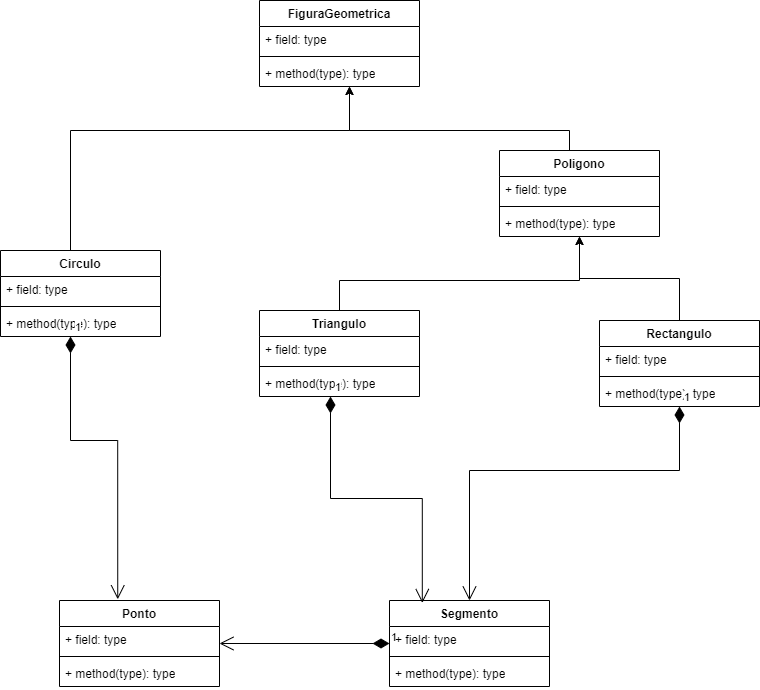
Before: lab04/I/I.drawio.png, a diagram exported from draw.io (rodrigolinhas/UALGPOO). Source tidied: cells renumbered, new cells last; positions are measured from the earlier drawing's top-left corner, leaving out a move shared by most shapes.
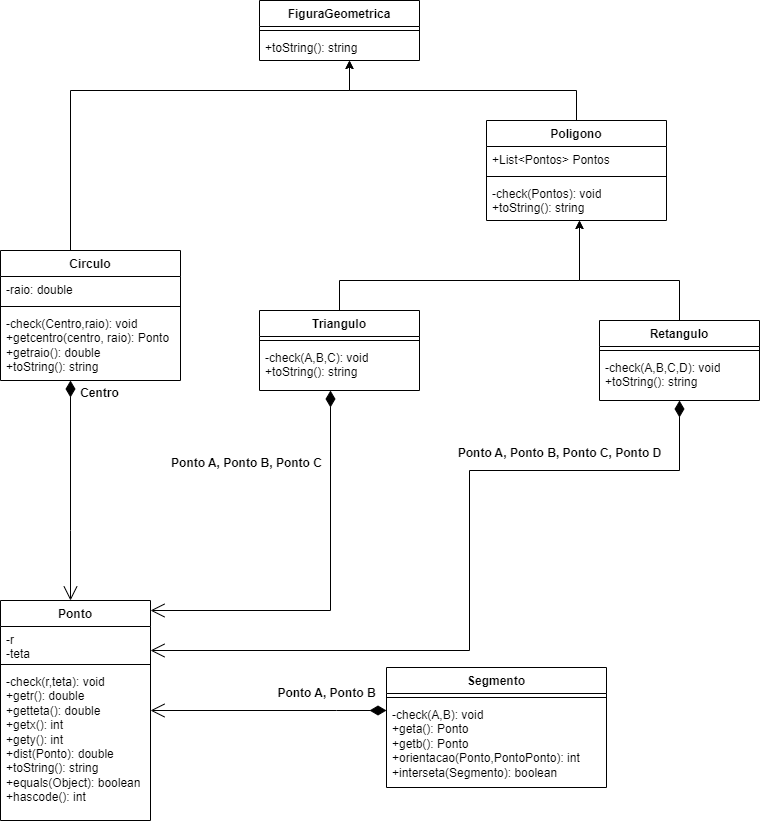
Above is the later version.

Change to the diagram source:
```diff
@@ -3,34 +3,41 @@
     <mxCell id="0" />
     <mxCell id="1" parent="0" />
     <mxCell id="2" value="Ponto" style="swimlane;fontStyle=1;align=center;verticalAlign=top;horizontal=1;startSize=26;whiteSpace=wrap;html=1;" parent="1" vertex="1">
-      <mxGeometry x="59" y="600" width="160" height="86" as="geometry" />
+      <mxGeometry y="600" width="150" height="220" as="geometry" />
     </mxCell>
-    <mxCell id="3" value="+ field: type" style="text;strokeColor=none;fillColor=none;align=left;verticalAlign=top;spacingLeft=4;spacingRight=4;overflow=hidden;whiteSpace=wrap;html=1;" parent="2" vertex="1">
-      <mxGeometry y="26" width="160" height="26" as="geometry" />
+    <mxCell id="3" value="-r&lt;div&gt;-teta&lt;/div&gt;" style="text;strokeColor=none;fillColor=none;align=left;verticalAlign=top;spacingLeft=4;spacingRight=4;overflow=hidden;whiteSpace=wrap;html=1;" parent="2" vertex="1">
+      <mxGeometry y="26" width="150" height="34" as="geometry" />
     </mxCell>
     <mxCell id="4" style="line;strokeWidth=1;fillColor=none;align=left;verticalAlign=middle;spacingTop=-1;spacingLeft=3;spacingRight=3;labelPosition=right;strokeColor=inherit;" parent="2" vertex="1">
-      <mxGeometry y="52" width="160" height="8" as="geometry" />
+      <mxGeometry y="60" width="150" height="8" as="geometry" />
     </mxCell>
-    <mxCell id="5" value="+ method(type): type" style="text;strokeColor=none;fillColor=none;align=left;verticalAlign=top;spacingLeft=4;spacingRight=4;overflow=hidden;whiteSpace=wrap;html=1;" parent="2" vertex="1">
-      <mxGeometry y="60" width="160" height="26" as="geometry" />
+    <mxCell id="5" value="-check(r,teta): void&lt;div&gt;+getr(): double&lt;/div&gt;&lt;div&gt;&lt;div&gt;+getteta(): double&lt;/div&gt;&lt;/div&gt;&lt;div&gt;&lt;div&gt;+getx(): int&lt;/div&gt;&lt;/div&gt;&lt;div&gt;&lt;div&gt;+gety(): int&lt;/div&gt;&lt;/div&gt;&lt;div&gt;&lt;div&gt;+dist(Ponto): double&lt;/div&gt;&lt;/div&gt;&lt;div&gt;+toString(): string&lt;/div&gt;&lt;div&gt;+equals(Object): boolean&lt;/div&gt;&lt;div&gt;+hascode(): int&lt;/div&gt;" style="text;strokeColor=none;fillColor=none;align=left;verticalAlign=top;spacingLeft=4;spacingRight=4;overflow=hidden;whiteSpace=wrap;html=1;" parent="2" vertex="1">
+      <mxGeometry y="68" width="150" height="152" as="geometry" />
     </mxCell>
-    <mxCell id="6" value="1" style="endArrow=open;html=1;endSize=12;startArrow=diamondThin;startSize=14;startFill=1;edgeStyle=orthogonalEdgeStyle;align=left;verticalAlign=bottom;rounded=0;" parent="1" edge="1" source="22" target="2">
-      <mxGeometry x="-1" y="3" relative="1" as="geometry" />
+    <mxCell id="6" value="&lt;div&gt;&lt;br&gt;&lt;/div&gt;" style="endArrow=open;html=1;endSize=12;startArrow=diamondThin;startSize=14;startFill=1;edgeStyle=orthogonalEdgeStyle;align=left;verticalAlign=bottom;rounded=0;" parent="1" edge="1" source="22" target="2">
+      <mxGeometry x="-0.51" y="37" relative="1" as="geometry">
+        <Array as="points">
+          <mxPoint x="336" y="710" />
+          <mxPoint x="336" y="710" />
+        </Array>
+      </mxGeometry>
     </mxCell>
     <mxCell id="7" style="edgeStyle=orthogonalEdgeStyle;rounded=0;jettySize=auto;html=1;" parent="1" edge="1" source="8" target="31">
-      <mxGeometry relative="1" as="geometry" />
+      <mxGeometry relative="1" as="geometry">
+        <Array as="points">
+          <mxPoint x="679" y="280" />
+          <mxPoint x="579" y="280" />
+        </Array>
+      </mxGeometry>
     </mxCell>
-    <mxCell id="8" value="Rectangulo" style="swimlane;fontStyle=1;align=center;verticalAlign=top;horizontal=1;startSize=26;whiteSpace=wrap;html=1;" parent="1" vertex="1">
-      <mxGeometry x="599" y="320" width="160" height="86" as="geometry" />
+    <mxCell id="8" value="Retangulo" style="swimlane;fontStyle=1;align=center;verticalAlign=top;horizontal=1;startSize=26;whiteSpace=wrap;html=1;" parent="1" vertex="1">
+      <mxGeometry x="599" y="320" width="160" height="80" as="geometry" />
     </mxCell>
-    <mxCell id="9" value="+ field: type" style="text;strokeColor=none;fillColor=none;align=left;verticalAlign=top;spacingLeft=4;spacingRight=4;overflow=hidden;whiteSpace=wrap;html=1;" parent="8" vertex="1">
-      <mxGeometry y="26" width="160" height="26" as="geometry" />
-    </mxCell>
     <mxCell id="10" style="line;strokeWidth=1;fillColor=none;align=left;verticalAlign=middle;spacingTop=-1;spacingLeft=3;spacingRight=3;labelPosition=right;strokeColor=inherit;" parent="8" vertex="1">
-      <mxGeometry y="52" width="160" height="8" as="geometry" />
+      <mxGeometry y="26" width="160" height="8" as="geometry" />
     </mxCell>
-    <mxCell id="11" value="+ method(type): type" style="text;strokeColor=none;fillColor=none;align=left;verticalAlign=top;spacingLeft=4;spacingRight=4;overflow=hidden;whiteSpace=wrap;html=1;" parent="8" vertex="1">
-      <mxGeometry y="60" width="160" height="26" as="geometry" />
+    <mxCell id="11" value="-check(A,B,C,D): void&lt;div&gt;+toString(): string&lt;/div&gt;" style="text;strokeColor=none;fillColor=none;align=left;verticalAlign=top;spacingLeft=4;spacingRight=4;overflow=hidden;whiteSpace=wrap;html=1;" parent="8" vertex="1">
+      <mxGeometry y="34" width="160" height="46" as="geometry" />
     </mxCell>
     <mxCell id="12" style="edgeStyle=orthogonalEdgeStyle;rounded=0;jettySize=auto;html=1;" parent="1" edge="1" source="13" target="31">
       <mxGeometry relative="1" as="geometry">
@@ -41,105 +48,107 @@
       </mxGeometry>
     </mxCell>
     <mxCell id="13" value="Triangulo" style="swimlane;fontStyle=1;align=center;verticalAlign=top;horizontal=1;startSize=26;whiteSpace=wrap;html=1;" parent="1" vertex="1">
-      <mxGeometry x="259" y="310" width="160" height="86" as="geometry" />
+      <mxGeometry x="259" y="310" width="160" height="80" as="geometry" />
     </mxCell>
-    <mxCell id="14" value="+ field: type" style="text;strokeColor=none;fillColor=none;align=left;verticalAlign=top;spacingLeft=4;spacingRight=4;overflow=hidden;whiteSpace=wrap;html=1;" parent="13" vertex="1">
-      <mxGeometry y="26" width="160" height="26" as="geometry" />
-    </mxCell>
     <mxCell id="15" style="line;strokeWidth=1;fillColor=none;align=left;verticalAlign=middle;spacingTop=-1;spacingLeft=3;spacingRight=3;labelPosition=right;strokeColor=inherit;" parent="13" vertex="1">
-      <mxGeometry y="52" width="160" height="8" as="geometry" />
+      <mxGeometry y="26" width="160" height="8" as="geometry" />
     </mxCell>
-    <mxCell id="16" value="+ method(type): type" style="text;strokeColor=none;fillColor=none;align=left;verticalAlign=top;spacingLeft=4;spacingRight=4;overflow=hidden;whiteSpace=wrap;html=1;" parent="13" vertex="1">
-      <mxGeometry y="60" width="160" height="26" as="geometry" />
+    <mxCell id="16" value="-check(A,B,C): void&lt;div&gt;+toString(): string&lt;/div&gt;" style="text;strokeColor=none;fillColor=none;align=left;verticalAlign=top;spacingLeft=4;spacingRight=4;overflow=hidden;whiteSpace=wrap;html=1;" parent="13" vertex="1">
+      <mxGeometry y="34" width="160" height="46" as="geometry" />
     </mxCell>
     <mxCell id="17" style="edgeStyle=orthogonalEdgeStyle;rounded=0;jettySize=auto;html=1;" parent="1" edge="1" source="18" target="26">
       <mxGeometry relative="1" as="geometry">
         <Array as="points">
-          <mxPoint x="70" y="130" />
-          <mxPoint x="349" y="130" />
+          <mxPoint x="70" y="90" />
+          <mxPoint x="349" y="90" />
         </Array>
       </mxGeometry>
     </mxCell>
     <mxCell id="18" value="Circulo" style="swimlane;fontStyle=1;align=center;verticalAlign=top;horizontal=1;startSize=26;whiteSpace=wrap;html=1;" parent="1" vertex="1">
-      <mxGeometry y="250" width="160" height="86" as="geometry" />
+      <mxGeometry y="250" width="180" height="130" as="geometry" />
     </mxCell>
-    <mxCell id="19" value="+ field: type" style="text;strokeColor=none;fillColor=none;align=left;verticalAlign=top;spacingLeft=4;spacingRight=4;overflow=hidden;whiteSpace=wrap;html=1;" parent="18" vertex="1">
-      <mxGeometry y="26" width="160" height="26" as="geometry" />
+    <mxCell id="19" value="-raio: double" style="text;strokeColor=none;fillColor=none;align=left;verticalAlign=top;spacingLeft=4;spacingRight=4;overflow=hidden;whiteSpace=wrap;html=1;" parent="18" vertex="1">
+      <mxGeometry y="26" width="180" height="26" as="geometry" />
     </mxCell>
     <mxCell id="20" style="line;strokeWidth=1;fillColor=none;align=left;verticalAlign=middle;spacingTop=-1;spacingLeft=3;spacingRight=3;labelPosition=right;strokeColor=inherit;" parent="18" vertex="1">
-      <mxGeometry y="52" width="160" height="8" as="geometry" />
+      <mxGeometry y="52" width="180" height="8" as="geometry" />
     </mxCell>
-    <mxCell id="21" value="+ method(type): type" style="text;strokeColor=none;fillColor=none;align=left;verticalAlign=top;spacingLeft=4;spacingRight=4;overflow=hidden;whiteSpace=wrap;html=1;" parent="18" vertex="1">
-      <mxGeometry y="60" width="160" height="26" as="geometry" />
+    <mxCell id="21" value="&lt;div&gt;-check(Centro,raio): void&lt;/div&gt;+getcentro(centro, raio): Ponto&lt;div&gt;+getraio(): double&lt;/div&gt;&lt;div&gt;+toString(): string&lt;/div&gt;" style="text;strokeColor=none;fillColor=none;align=left;verticalAlign=top;spacingLeft=4;spacingRight=4;overflow=hidden;whiteSpace=wrap;html=1;" parent="18" vertex="1">
+      <mxGeometry y="60" width="180" height="70" as="geometry" />
     </mxCell>
     <mxCell id="22" value="Segmento" style="swimlane;fontStyle=1;align=center;verticalAlign=top;horizontal=1;startSize=26;whiteSpace=wrap;html=1;" parent="1" vertex="1">
-      <mxGeometry x="389" y="600" width="160" height="86" as="geometry" />
+      <mxGeometry x="386" y="667" width="220" height="120" as="geometry" />
     </mxCell>
-    <mxCell id="23" value="+ field: type" style="text;strokeColor=none;fillColor=none;align=left;verticalAlign=top;spacingLeft=4;spacingRight=4;overflow=hidden;whiteSpace=wrap;html=1;" parent="22" vertex="1">
-      <mxGeometry y="26" width="160" height="26" as="geometry" />
-    </mxCell>
     <mxCell id="24" style="line;strokeWidth=1;fillColor=none;align=left;verticalAlign=middle;spacingTop=-1;spacingLeft=3;spacingRight=3;labelPosition=right;strokeColor=inherit;" parent="22" vertex="1">
-      <mxGeometry y="52" width="160" height="8" as="geometry" />
+      <mxGeometry y="26" width="220" height="8" as="geometry" />
     </mxCell>
-    <mxCell id="25" value="+ method(type): type" style="text;strokeColor=none;fillColor=none;align=left;verticalAlign=top;spacingLeft=4;spacingRight=4;overflow=hidden;whiteSpace=wrap;html=1;" parent="22" vertex="1">
-      <mxGeometry y="60" width="160" height="26" as="geometry" />
+    <mxCell id="25" value="&lt;div&gt;-check(A,B): void&lt;/div&gt;+geta(): Ponto&lt;div&gt;+getb(): Ponto&lt;/div&gt;&lt;div&gt;+orientacao(Ponto,PontoPonto): int&lt;/div&gt;&lt;div&gt;+interseta(Segmento): boolean&lt;/div&gt;" style="text;strokeColor=none;fillColor=none;align=left;verticalAlign=top;spacingLeft=4;spacingRight=4;overflow=hidden;whiteSpace=wrap;html=1;" parent="22" vertex="1">
+      <mxGeometry y="34" width="220" height="86" as="geometry" />
     </mxCell>
     <mxCell id="26" value="FiguraGeometrica" style="swimlane;fontStyle=1;align=center;verticalAlign=top;horizontal=1;startSize=26;whiteSpace=wrap;html=1;" parent="1" vertex="1">
-      <mxGeometry x="259" width="160" height="86" as="geometry" />
+      <mxGeometry x="259" width="160" height="60" as="geometry" />
     </mxCell>
-    <mxCell id="27" value="+ field: type" style="text;strokeColor=none;fillColor=none;align=left;verticalAlign=top;spacingLeft=4;spacingRight=4;overflow=hidden;whiteSpace=wrap;html=1;" parent="26" vertex="1">
-      <mxGeometry y="26" width="160" height="26" as="geometry" />
-    </mxCell>
     <mxCell id="28" style="line;strokeWidth=1;fillColor=none;align=left;verticalAlign=middle;spacingTop=-1;spacingLeft=3;spacingRight=3;labelPosition=right;strokeColor=inherit;" parent="26" vertex="1">
-      <mxGeometry y="52" width="160" height="8" as="geometry" />
+      <mxGeometry y="26" width="160" height="8" as="geometry" />
     </mxCell>
-    <mxCell id="29" value="+ method(type): type" style="text;strokeColor=none;fillColor=none;align=left;verticalAlign=top;spacingLeft=4;spacingRight=4;overflow=hidden;whiteSpace=wrap;html=1;" parent="26" vertex="1">
-      <mxGeometry y="60" width="160" height="26" as="geometry" />
+    <mxCell id="29" value="+toString(): string" style="text;strokeColor=none;fillColor=none;align=left;verticalAlign=top;spacingLeft=4;spacingRight=4;overflow=hidden;whiteSpace=wrap;html=1;" parent="26" vertex="1">
+      <mxGeometry y="34" width="160" height="26" as="geometry" />
     </mxCell>
-    <mxCell id="30" style="edgeStyle=orthogonalEdgeStyle;rounded=0;jettySize=auto;html=1;exitX=0.5;exitY=0;exitDx=0;exitDy=0;" parent="1" edge="1" source="31" target="26">
+    <mxCell id="30" style="edgeStyle=orthogonalEdgeStyle;rounded=0;jettySize=auto;html=1;" parent="1" edge="1" source="31" target="26">
       <mxGeometry relative="1" as="geometry">
         <Array as="points">
-          <mxPoint x="569" y="150" />
-          <mxPoint x="569" y="130" />
-          <mxPoint x="349" y="130" />
+          <mxPoint x="576" y="90" />
+          <mxPoint x="349" y="90" />
         </Array>
       </mxGeometry>
     </mxCell>
-    <mxCell id="31" value="Poligono" style="swimlane;fontStyle=1;align=center;verticalAlign=top;horizontal=1;startSize=26;whiteSpace=wrap;html=1;" parent="1" vertex="1">
-      <mxGeometry x="499" y="150" width="160" height="86" as="geometry" />
-    </mxCell>
-    <mxCell id="32" value="+ field: type" style="text;strokeColor=none;fillColor=none;align=left;verticalAlign=top;spacingLeft=4;spacingRight=4;overflow=hidden;whiteSpace=wrap;html=1;" parent="31" vertex="1">
-      <mxGeometry y="26" width="160" height="26" as="geometry" />
-    </mxCell>
-    <mxCell id="33" style="line;strokeWidth=1;fillColor=none;align=left;verticalAlign=middle;spacingTop=-1;spacingLeft=3;spacingRight=3;labelPosition=right;strokeColor=inherit;" parent="31" vertex="1">
-      <mxGeometry y="52" width="160" height="8" as="geometry" />
-    </mxCell>
-    <mxCell id="34" value="+ method(type): type" style="text;strokeColor=none;fillColor=none;align=left;verticalAlign=top;spacingLeft=4;spacingRight=4;overflow=hidden;whiteSpace=wrap;html=1;" parent="31" vertex="1">
-      <mxGeometry y="60" width="160" height="26" as="geometry" />
-    </mxCell>
-    <mxCell id="35" value="1" style="endArrow=open;html=1;endSize=12;startArrow=diamondThin;startSize=14;startFill=1;edgeStyle=orthogonalEdgeStyle;align=left;verticalAlign=bottom;rounded=0;entryX=0.364;entryY=-0.014;entryDx=0;entryDy=0;entryPerimeter=0;" parent="1" edge="1" source="18" target="2">
-      <mxGeometry x="-1" y="3" relative="1" as="geometry">
+    <mxCell id="35" style="endArrow=open;html=1;endSize=12;startArrow=diamondThin;startSize=14;startFill=1;edgeStyle=orthogonalEdgeStyle;align=left;verticalAlign=bottom;rounded=0;" parent="1" edge="1" source="18" target="2">
+      <mxGeometry x="-0.65" y="-44" relative="1" as="geometry">
         <Array as="points">
-          <mxPoint x="70" y="440" />
-          <mxPoint x="117" y="440" />
+          <mxPoint x="70" y="530" />
+          <mxPoint x="70" y="530" />
         </Array>
       </mxGeometry>
     </mxCell>
-    <mxCell id="36" value="1" style="endArrow=open;html=1;endSize=12;startArrow=diamondThin;startSize=14;startFill=1;edgeStyle=orthogonalEdgeStyle;align=left;verticalAlign=bottom;rounded=0;entryX=0.205;entryY=0.029;entryDx=0;entryDy=0;entryPerimeter=0;" parent="1" edge="1" source="13" target="22">
-      <mxGeometry x="-1" y="3" relative="1" as="geometry">
+    <mxCell id="36" value="&lt;div&gt;&lt;br&gt;&lt;/div&gt;&lt;div&gt;&lt;br&gt;&lt;/div&gt;" style="endArrow=open;html=1;endSize=12;startArrow=diamondThin;startSize=14;startFill=1;edgeStyle=orthogonalEdgeStyle;align=left;verticalAlign=bottom;rounded=0;" parent="1" edge="1" source="13" target="2">
+      <mxGeometry x="-0.67" y="36" relative="1" as="geometry">
         <Array as="points">
-          <mxPoint x="330" y="498" />
-          <mxPoint x="422" y="498" />
+          <mxPoint x="330" y="610" />
         </Array>
       </mxGeometry>
     </mxCell>
-    <mxCell id="37" value="1" style="endArrow=open;html=1;endSize=12;startArrow=diamondThin;startSize=14;startFill=1;edgeStyle=orthogonalEdgeStyle;align=left;verticalAlign=bottom;rounded=0;entryX=0.5;entryY=0;entryDx=0;entryDy=0;" parent="1" edge="1" source="8" target="22">
-      <mxGeometry x="-1" y="3" relative="1" as="geometry">
+    <mxCell id="37" value="&lt;div&gt;&lt;br&gt;&lt;/div&gt;&lt;div&gt;&lt;br&gt;&lt;/div&gt;" style="endArrow=open;html=1;endSize=12;startArrow=diamondThin;startSize=14;startFill=1;edgeStyle=orthogonalEdgeStyle;align=left;verticalAlign=bottom;rounded=0;" parent="1" edge="1" source="8" target="2">
+      <mxGeometry x="-0.87" y="37" relative="1" as="geometry">
         <Array as="points">
           <mxPoint x="679" y="470" />
           <mxPoint x="469" y="470" />
+          <mxPoint x="469" y="650" />
         </Array>
       </mxGeometry>
     </mxCell>
+    <mxCell id="38" value="Centro" style="text;align=center;fontStyle=1;verticalAlign=middle;spacingLeft=3;spacingRight=3;strokeColor=none;html=1;" parent="1" vertex="1">
+      <mxGeometry x="59" y="380" width="80" height="26" as="geometry" />
+    </mxCell>
+    <mxCell id="39" value="Ponto A, Ponto B" style="text;align=center;fontStyle=1;verticalAlign=middle;spacingLeft=3;spacingRight=3;strokeColor=none;html=1;" parent="1" vertex="1">
+      <mxGeometry x="286" y="680" width="80" height="26" as="geometry" />
+    </mxCell>
+    <mxCell id="40" value="Ponto A, Ponto B, Ponto C" style="text;align=center;fontStyle=1;verticalAlign=middle;spacingLeft=3;spacingRight=3;strokeColor=none;html=1;" parent="1" vertex="1">
+      <mxGeometry x="206" y="450" width="80" height="26" as="geometry" />
+    </mxCell>
+    <mxCell id="41" value="Ponto A, Ponto B, Ponto C, Ponto D" style="text;align=center;fontStyle=1;verticalAlign=middle;spacingLeft=3;spacingRight=3;strokeColor=none;html=1;" parent="1" vertex="1">
+      <mxGeometry x="519" y="440" width="80" height="26" as="geometry" />
+    </mxCell>
+    <mxCell id="31" value="Poligono" style="swimlane;fontStyle=1;align=center;verticalAlign=top;horizontal=1;startSize=26;whiteSpace=wrap;html=1;" parent="1" vertex="1">
+      <mxGeometry x="486" y="120" width="180" height="100" as="geometry" />
+    </mxCell>
+    <mxCell id="42" value="+List&amp;lt;Pontos&amp;gt; Pontos" style="text;strokeColor=none;fillColor=none;align=left;verticalAlign=top;spacingLeft=4;spacingRight=4;overflow=hidden;whiteSpace=wrap;html=1;" parent="31" vertex="1">
+      <mxGeometry y="26" width="180" height="26" as="geometry" />
+    </mxCell>
+    <mxCell id="43" style="line;strokeWidth=1;fillColor=none;align=left;verticalAlign=middle;spacingTop=-1;spacingLeft=3;spacingRight=3;labelPosition=right;strokeColor=inherit;" parent="31" vertex="1">
+      <mxGeometry y="52" width="180" height="8" as="geometry" />
+    </mxCell>
+    <mxCell id="44" value="&lt;div&gt;-check(Pontos): void&lt;/div&gt;&lt;span style=&quot;background-color: transparent; color: light-dark(rgb(0, 0, 0), rgb(255, 255, 255));&quot;&gt;+toString(): string&lt;/span&gt;" style="text;strokeColor=none;fillColor=none;align=left;verticalAlign=top;spacingLeft=4;spacingRight=4;overflow=hidden;whiteSpace=wrap;html=1;" parent="31" vertex="1">
+      <mxGeometry y="60" width="180" height="40" as="geometry" />
+    </mxCell>
   </root>
 </mxGraphModel>
```
